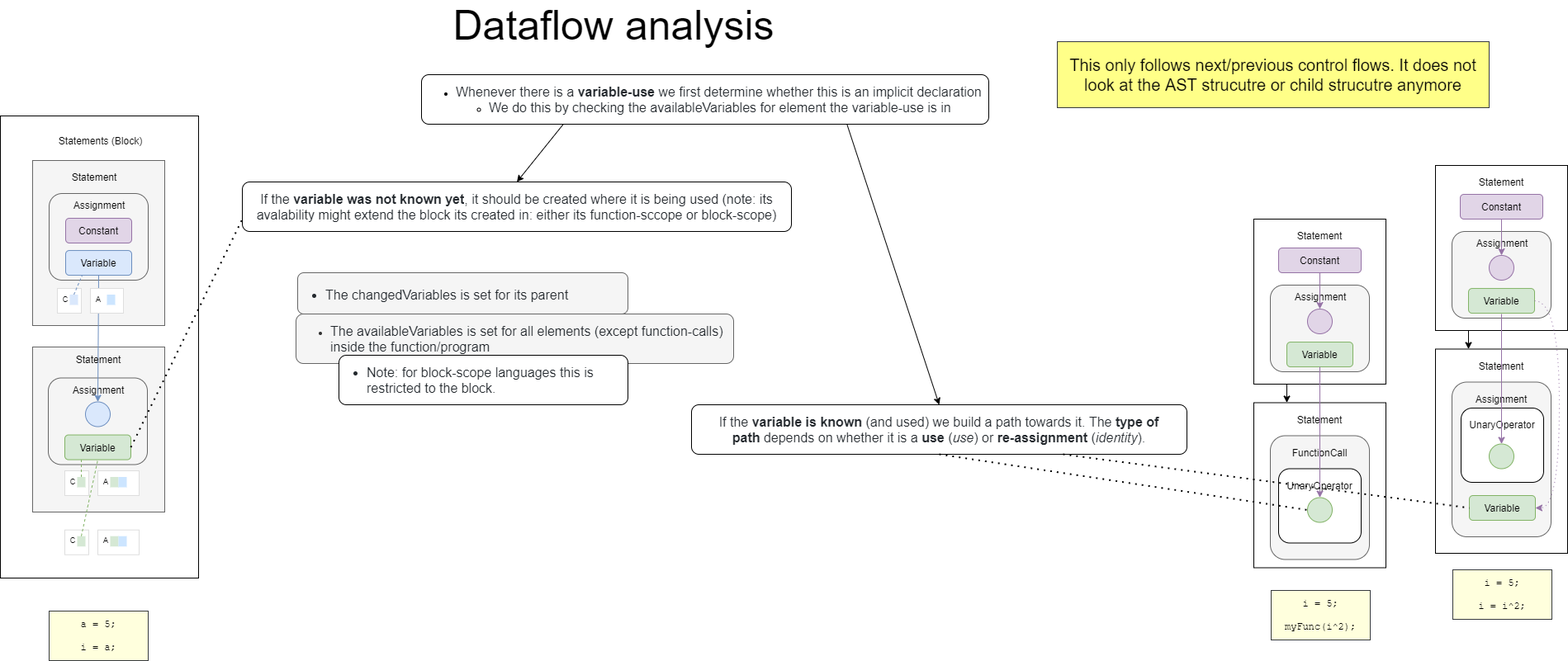
visual-trials/flowify keeps this draw.io diagram as web/img/flowify_algoritm_and_data_structures-Data Flow.png. Above is the earlier version. Source tidied: cells renumbered, new cells last; positions are measured from the earlier drawing's top-left corner, leaving out a move shared by most shapes.
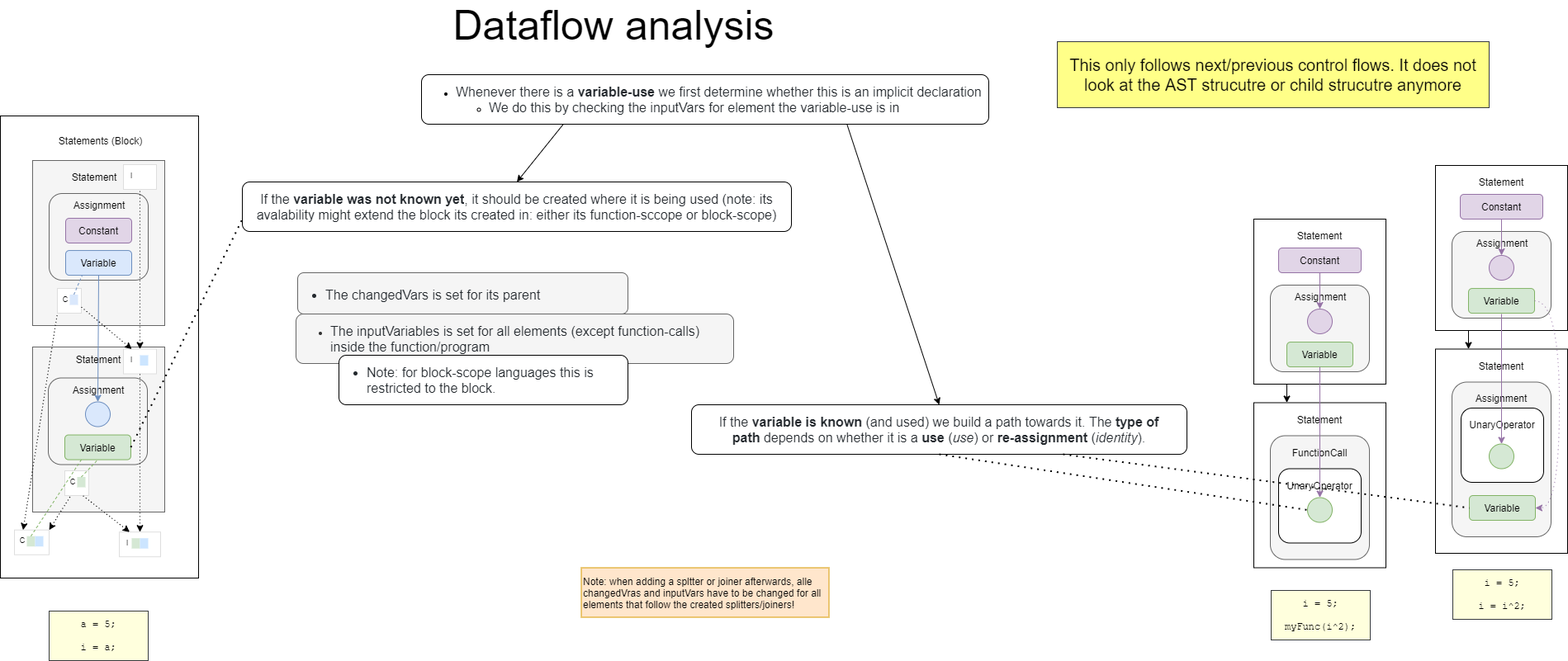
After the commit.

Commit message:
updated diagrams with inputVars/changedVars logic

What changed in the source:
```diff
@@ -11,7 +11,7 @@
     <mxCell id="4" style="rounded=1;whiteSpace=wrap;html=1;fillColor=#f5f5f5;strokeColor=#666666;fontColor=#333333;" parent="1" vertex="1">
       <mxGeometry x="1538" y="507.5" width="120" height="150" as="geometry" />
     </mxCell>
-    <mxCell id="5" value="&lt;ul&gt;&lt;li&gt;&lt;span style=&quot;color: rgb(36 , 41 , 46) ; font-size: 16px ; background-color: rgb(255 , 255 , 255)&quot;&gt;Whenever there is a&amp;nbsp;&lt;/span&gt;&lt;span style=&quot;box-sizing: border-box ; font-weight: 600 ; color: rgb(36 , 41 , 46) ; font-size: 16px ; background-color: rgb(255 , 255 , 255)&quot;&gt;variable-use&lt;/span&gt;&lt;span style=&quot;color: rgb(36 , 41 , 46) ; font-size: 16px ; background-color: rgb(255 , 255 , 255)&quot;&gt;&amp;nbsp;we first determine whether this is an implicit declaration&lt;br&gt;&lt;/span&gt;&lt;/li&gt;&lt;ul&gt;&lt;li&gt;&lt;span style=&quot;background-color: rgb(255 , 255 , 255) ; color: rgb(36 , 41 , 46) ; font-size: 16px&quot;&gt;We do this by checking the availableVariables&amp;nbsp;for element the variable-use is in&lt;/span&gt;&lt;/li&gt;&lt;/ul&gt;&lt;/ul&gt;" style="rounded=1;whiteSpace=wrap;html=1;align=left;" parent="1" vertex="1">
+    <mxCell id="5" value="&lt;ul&gt;&lt;li&gt;&lt;span style=&quot;color: rgb(36 , 41 , 46) ; font-size: 16px ; background-color: rgb(255 , 255 , 255)&quot;&gt;Whenever there is a&amp;nbsp;&lt;/span&gt;&lt;span style=&quot;box-sizing: border-box ; font-weight: 600 ; color: rgb(36 , 41 , 46) ; font-size: 16px ; background-color: rgb(255 , 255 , 255)&quot;&gt;variable-use&lt;/span&gt;&lt;span style=&quot;color: rgb(36 , 41 , 46) ; font-size: 16px ; background-color: rgb(255 , 255 , 255)&quot;&gt;&amp;nbsp;we first determine whether this is an implicit declaration&lt;br&gt;&lt;/span&gt;&lt;/li&gt;&lt;ul&gt;&lt;li&gt;&lt;span style=&quot;background-color: rgb(255 , 255 , 255) ; color: rgb(36 , 41 , 46) ; font-size: 16px&quot;&gt;We do this by checking the inputVars for element the variable-use is in&lt;/span&gt;&lt;/li&gt;&lt;/ul&gt;&lt;/ul&gt;" style="rounded=1;whiteSpace=wrap;html=1;align=left;" parent="1" vertex="1">
       <mxGeometry x="510" y="70" width="687" height="60" as="geometry" />
     </mxCell>
     <mxCell id="6" value="&lt;span style=&quot;color: rgb(36 , 41 , 46) ; font-family: , &amp;#34;blinkmacsystemfont&amp;#34; , &amp;#34;segoe ui&amp;#34; , &amp;#34;helvetica&amp;#34; , &amp;#34;arial&amp;#34; , sans-serif , &amp;#34;apple color emoji&amp;#34; , &amp;#34;segoe ui emoji&amp;#34; ; font-size: 16px ; background-color: rgb(255 , 255 , 255)&quot;&gt;If the&amp;nbsp;&lt;/span&gt;&lt;span style=&quot;box-sizing: border-box ; font-weight: 600 ; color: rgb(36 , 41 , 46) ; font-family: , &amp;#34;blinkmacsystemfont&amp;#34; , &amp;#34;segoe ui&amp;#34; , &amp;#34;helvetica&amp;#34; , &amp;#34;arial&amp;#34; , sans-serif , &amp;#34;apple color emoji&amp;#34; , &amp;#34;segoe ui emoji&amp;#34; ; font-size: 16px ; background-color: rgb(255 , 255 , 255)&quot;&gt;variable was not known yet&lt;/span&gt;&lt;span style=&quot;color: rgb(36 , 41 , 46) ; font-family: , &amp;#34;blinkmacsystemfont&amp;#34; , &amp;#34;segoe ui&amp;#34; , &amp;#34;helvetica&amp;#34; , &amp;#34;arial&amp;#34; , sans-serif , &amp;#34;apple color emoji&amp;#34; , &amp;#34;segoe ui emoji&amp;#34; ; font-size: 16px ; background-color: rgb(255 , 255 , 255)&quot;&gt;, it should be created where it is being used (note: its avalability might extend the block its created in: either its function-sccope or block-scope)&lt;/span&gt;" style="rounded=1;whiteSpace=wrap;html=1;align=center;" parent="1" vertex="1">
@@ -20,10 +20,10 @@
     <mxCell id="7" value="&lt;span style=&quot;background-color: rgb(255 , 255 , 255) ; color: rgb(36 , 41 , 46) ; font-size: 16px&quot;&gt;If the&amp;nbsp;&lt;/span&gt;&lt;span style=&quot;background-color: rgb(255 , 255 , 255) ; color: rgb(36 , 41 , 46) ; font-size: 16px ; box-sizing: border-box ; font-weight: 600&quot;&gt;variable is known&lt;/span&gt;&lt;span style=&quot;background-color: rgb(255 , 255 , 255) ; color: rgb(36 , 41 , 46) ; font-size: 16px&quot;&gt;&amp;nbsp;(and used) we build a path towards it. The&amp;nbsp;&lt;/span&gt;&lt;span style=&quot;background-color: rgb(255 , 255 , 255) ; color: rgb(36 , 41 , 46) ; font-size: 16px ; box-sizing: border-box ; font-weight: 600&quot;&gt;type of path&lt;/span&gt;&lt;span style=&quot;background-color: rgb(255 , 255 , 255) ; color: rgb(36 , 41 , 46) ; font-size: 16px&quot;&gt;&amp;nbsp;depends on whether it is a&amp;nbsp;&lt;/span&gt;&lt;span style=&quot;background-color: rgb(255 , 255 , 255) ; color: rgb(36 , 41 , 46) ; font-size: 16px ; box-sizing: border-box ; font-weight: 600&quot;&gt;use&lt;/span&gt;&lt;span style=&quot;background-color: rgb(255 , 255 , 255) ; color: rgb(36 , 41 , 46) ; font-size: 16px&quot;&gt;&amp;nbsp;(&lt;/span&gt;&lt;em style=&quot;background-color: rgb(255 , 255 , 255) ; color: rgb(36 , 41 , 46) ; font-size: 16px ; box-sizing: border-box&quot;&gt;use&lt;/em&gt;&lt;span style=&quot;background-color: rgb(255 , 255 , 255) ; color: rgb(36 , 41 , 46) ; font-size: 16px&quot;&gt;) or&amp;nbsp;&lt;/span&gt;&lt;span style=&quot;background-color: rgb(255 , 255 , 255) ; color: rgb(36 , 41 , 46) ; font-size: 16px ; box-sizing: border-box ; font-weight: 600&quot;&gt;re-assignment&lt;/span&gt;&lt;span style=&quot;background-color: rgb(255 , 255 , 255) ; color: rgb(36 , 41 , 46) ; font-size: 16px&quot;&gt;&amp;nbsp;(&lt;/span&gt;&lt;em style=&quot;background-color: rgb(255 , 255 , 255) ; color: rgb(36 , 41 , 46) ; font-size: 16px ; box-sizing: border-box&quot;&gt;identity&lt;/em&gt;&lt;span style=&quot;background-color: rgb(255 , 255 , 255) ; color: rgb(36 , 41 , 46) ; font-size: 16px&quot;&gt;).&lt;/span&gt;" style="rounded=1;whiteSpace=wrap;html=1;align=center;" parent="1" vertex="1">
       <mxGeometry x="837" y="470" width="600" height="60" as="geometry" />
     </mxCell>
-    <mxCell id="8" value="&lt;ul style=&quot;box-sizing: border-box ; padding-left: 2em ; margin-top: 0px ; margin-bottom: 0px ; color: rgb(36 , 41 , 46) ; font-size: 16px&quot;&gt;&lt;li style=&quot;box-sizing: border-box ; margin-top: 0.25em&quot;&gt;The changedVariables is set for its parent&lt;/li&gt;&lt;/ul&gt;" style="rounded=1;whiteSpace=wrap;html=1;labelBackgroundColor=none;align=left;fillColor=#f5f5f5;strokeColor=#666666;fontColor=#333333;" parent="1" vertex="1">
+    <mxCell id="8" value="&lt;ul style=&quot;box-sizing: border-box ; padding-left: 2em ; margin-top: 0px ; margin-bottom: 0px ; color: rgb(36 , 41 , 46) ; font-size: 16px&quot;&gt;&lt;li style=&quot;box-sizing: border-box ; margin-top: 0.25em&quot;&gt;The changedVars is set for its parent&lt;/li&gt;&lt;/ul&gt;" style="rounded=1;whiteSpace=wrap;html=1;labelBackgroundColor=none;align=left;fillColor=#f5f5f5;strokeColor=#666666;fontColor=#333333;" parent="1" vertex="1">
       <mxGeometry x="360" y="310" width="400" height="50" as="geometry" />
     </mxCell>
-    <mxCell id="9" value="&lt;ul&gt;&lt;li&gt;&lt;span style=&quot;color: rgb(36 , 41 , 46) ; font-size: 16px&quot;&gt;The availableVariables&amp;nbsp;is set for all elements (except function-calls) inside the function/program&lt;/span&gt;&lt;/li&gt;&lt;/ul&gt;" style="rounded=1;whiteSpace=wrap;html=1;labelBackgroundColor=none;align=left;fillColor=#f5f5f5;strokeColor=#666666;fontColor=#333333;" parent="1" vertex="1">
+    <mxCell id="9" value="&lt;ul&gt;&lt;li&gt;&lt;span style=&quot;color: rgb(36 , 41 , 46) ; font-size: 16px&quot;&gt;The inputVariables&amp;nbsp;is set for all elements (except function-calls) inside the function/program&lt;/span&gt;&lt;/li&gt;&lt;/ul&gt;" style="rounded=1;whiteSpace=wrap;html=1;labelBackgroundColor=none;align=left;fillColor=#f5f5f5;strokeColor=#666666;fontColor=#333333;" parent="1" vertex="1">
       <mxGeometry x="358" y="360" width="530" height="60" as="geometry" />
     </mxCell>
     <mxCell id="10" value="&lt;ul style=&quot;box-sizing: border-box ; padding-left: 2em ; margin-top: 0px ; margin-bottom: 0px ; color: rgb(36 , 41 , 46) ; font-family: , &amp;#34;blinkmacsystemfont&amp;#34; , &amp;#34;segoe ui&amp;#34; , &amp;#34;helvetica&amp;#34; , &amp;#34;arial&amp;#34; , sans-serif , &amp;#34;apple color emoji&amp;#34; , &amp;#34;segoe ui emoji&amp;#34; ; font-size: 16px ; background-color: rgb(255 , 255 , 255)&quot;&gt;&lt;li style=&quot;box-sizing: border-box&quot;&gt;Note: for block-scope languages this is restricted to the block.&lt;/li&gt;&lt;/ul&gt;" style="rounded=1;whiteSpace=wrap;html=1;labelBackgroundColor=none;align=left;" parent="1" vertex="1">
@@ -202,18 +202,6 @@
     <mxCell id="64" style="endArrow=none;dashed=1;html=1;dashPattern=1 3;strokeWidth=2;fontFamily=Courier New;exitX=0.75;exitY=1;exitDx=0;exitDy=0;entryX=0;entryY=0.5;entryDx=0;entryDy=0;" parent="1" edge="1" source="7" target="24">
       <mxGeometry relative="1" as="geometry" />
     </mxCell>
-    <mxCell id="65" style="rounded=0;whiteSpace=wrap;html=1;strokeColor=#DEDEDE;" parent="1" vertex="1">
-      <mxGeometry x="118" y="550" width="50" height="30" as="geometry" />
-    </mxCell>
-    <mxCell id="66" style="rounded=0;whiteSpace=wrap;html=1;fillColor=#D5E8D4;strokeColor=none;" parent="1" vertex="1">
-      <mxGeometry x="133" y="557.5" width="10" height="12.5" as="geometry" />
-    </mxCell>
-    <mxCell id="67" style="rounded=0;whiteSpace=wrap;html=1;fillColor=#cce5ff;strokeColor=none;" parent="1" vertex="1">
-      <mxGeometry x="143" y="557.5" width="10" height="12.5" as="geometry" />
-    </mxCell>
-    <mxCell id="68" value="A" style="text;html=1;strokeColor=none;fillColor=none;align=center;verticalAlign=middle;whiteSpace=wrap;rounded=0;fontSize=9;" parent="1" vertex="1">
-      <mxGeometry x="123" y="552.5" width="10" height="20" as="geometry" />
-    </mxCell>
     <mxCell id="69" style="rounded=0;whiteSpace=wrap;html=1;strokeColor=#DEDEDE;" parent="1" vertex="1">
       <mxGeometry x="78" y="550" width="29" height="30" as="geometry" />
     </mxCell>
@@ -223,41 +211,38 @@
     <mxCell id="71" value="C" style="text;html=1;strokeColor=none;fillColor=none;align=center;verticalAlign=middle;whiteSpace=wrap;rounded=0;fontSize=9;" parent="1" vertex="1">
       <mxGeometry x="83" y="552.5" width="10" height="20" as="geometry" />
     </mxCell>
-    <mxCell id="72" style="endArrow=none;dashed=1;html=1;exitX=0.5;exitY=0;exitDx=0;exitDy=0;entryX=0.25;entryY=1;entryDx=0;entryDy=0;fillColor=#d5e8d4;strokeColor=#82b366;" parent="1" edge="1" source="70" target="57">
+    <mxCell id="72" style="endArrow=none;dashed=1;html=1;exitX=0.5;exitY=0;exitDx=0;exitDy=0;entryX=0.5;entryY=1;entryDx=0;entryDy=0;fillColor=#d5e8d4;strokeColor=#82b366;" parent="1" edge="1" source="70" target="57">
       <mxGeometry relative="1" as="geometry" />
     </mxCell>
     <mxCell id="73" style="rounded=0;whiteSpace=wrap;html=1;strokeColor=#DEDEDE;" parent="1" vertex="1">
-      <mxGeometry x="118" y="621.7" width="50" height="30" as="geometry" />
+      <mxGeometry x="144" y="624.2" width="50" height="30" as="geometry" />
     </mxCell>
     <mxCell id="74" style="rounded=0;whiteSpace=wrap;html=1;fillColor=#D5E8D4;strokeColor=none;" parent="1" vertex="1">
-      <mxGeometry x="133" y="629.2" width="10" height="12.5" as="geometry" />
+      <mxGeometry x="159" y="631.7" width="10" height="12.5" as="geometry" />
     </mxCell>
     <mxCell id="75" style="rounded=0;whiteSpace=wrap;html=1;fillColor=#cce5ff;strokeColor=none;" parent="1" vertex="1">
-      <mxGeometry x="143" y="629.2" width="10" height="12.5" as="geometry" />
+      <mxGeometry x="169" y="631.7" width="10" height="12.5" as="geometry" />
     </mxCell>
-    <mxCell id="76" value="A" style="text;html=1;strokeColor=none;fillColor=none;align=center;verticalAlign=middle;whiteSpace=wrap;rounded=0;fontSize=9;" parent="1" vertex="1">
-      <mxGeometry x="123" y="624.2" width="10" height="20" as="geometry" />
+    <mxCell id="76" value="I" style="text;html=1;strokeColor=none;fillColor=none;align=center;verticalAlign=middle;whiteSpace=wrap;rounded=0;fontSize=9;" parent="1" vertex="1">
+      <mxGeometry x="149" y="626.7" width="10" height="20" as="geometry" />
     </mxCell>
     <mxCell id="77" style="rounded=0;whiteSpace=wrap;html=1;strokeColor=#DEDEDE;" parent="1" vertex="1">
-      <mxGeometry x="78" y="621.7" width="29" height="30" as="geometry" />
+      <mxGeometry x="17" y="621.7" width="42" height="30" as="geometry" />
     </mxCell>
     <mxCell id="78" style="rounded=0;whiteSpace=wrap;html=1;fillColor=#D5E8D4;strokeColor=none;" parent="1" vertex="1">
-      <mxGeometry x="93" y="629.2" width="10" height="12.5" as="geometry" />
+      <mxGeometry x="32" y="629.2" width="10" height="12.5" as="geometry" />
     </mxCell>
     <mxCell id="79" value="C" style="text;html=1;strokeColor=none;fillColor=none;align=center;verticalAlign=middle;whiteSpace=wrap;rounded=0;fontSize=9;" parent="1" vertex="1">
-      <mxGeometry x="83" y="624.2" width="10" height="20" as="geometry" />
+      <mxGeometry x="22" y="624.2" width="10" height="20" as="geometry" />
     </mxCell>
-    <mxCell id="80" style="endArrow=none;dashed=1;html=1;exitX=0.5;exitY=0;exitDx=0;exitDy=0;entryX=0.5;entryY=1;entryDx=0;entryDy=0;fillColor=#d5e8d4;strokeColor=#82b366;" parent="1" edge="1" source="78" target="57">
+    <mxCell id="80" style="endArrow=none;dashed=1;html=1;exitX=0.5;exitY=0;exitDx=0;exitDy=0;entryX=0.25;entryY=1;entryDx=0;entryDy=0;fillColor=#d5e8d4;strokeColor=#82b366;" parent="1" edge="1" source="78" target="57">
       <mxGeometry relative="1" as="geometry" />
     </mxCell>
     <mxCell id="81" style="rounded=0;whiteSpace=wrap;html=1;strokeColor=#DEDEDE;" parent="1" vertex="1">
-      <mxGeometry x="109" y="329" width="40" height="30" as="geometry" />
+      <mxGeometry x="149" y="179" width="40" height="30" as="geometry" />
     </mxCell>
-    <mxCell id="82" style="rounded=0;whiteSpace=wrap;html=1;fillColor=#cce5ff;strokeColor=none;" parent="1" vertex="1">
-      <mxGeometry x="129" y="336.5" width="10" height="12.5" as="geometry" />
-    </mxCell>
-    <mxCell id="83" value="A" style="text;html=1;strokeColor=none;fillColor=none;align=center;verticalAlign=middle;whiteSpace=wrap;rounded=0;fontSize=9;" parent="1" vertex="1">
-      <mxGeometry x="114" y="331.5" width="10" height="20" as="geometry" />
+    <mxCell id="83" value="I" style="text;html=1;strokeColor=none;fillColor=none;align=center;verticalAlign=middle;whiteSpace=wrap;rounded=0;fontSize=9;" parent="1" vertex="1">
+      <mxGeometry x="154" y="181.5" width="10" height="20" as="geometry" />
     </mxCell>
     <mxCell id="84" style="rounded=0;whiteSpace=wrap;html=1;strokeColor=#DEDEDE;" parent="1" vertex="1">
       <mxGeometry x="69" y="329" width="29" height="30" as="geometry" />
@@ -283,5 +268,38 @@
     <mxCell id="91" value="This only follows next/previous control flows. It does not look at the AST strucutre or child strucutre anymore" style="rounded=0;whiteSpace=wrap;html=1;fontSize=20;align=center;fillColor=#ffff88;strokeColor=#36393d;" parent="1" vertex="1">
       <mxGeometry x="1280" y="30" width="523" height="80" as="geometry" />
     </mxCell>
+    <mxCell id="92" value="Note: when adding a spltter or joiner afterwards, alle changedVras and inputVars have to be changed for all elements that follow the created splitters/joiners!" style="rounded=0;whiteSpace=wrap;html=1;fillColor=#ffe6cc;fontSize=12;align=left;strokeColor=#d79b00;fontStyle=0;" parent="1" vertex="1">
+      <mxGeometry x="703.5" y="667.5" width="300" height="60" as="geometry" />
+    </mxCell>
+    <mxCell id="93" style="rounded=0;whiteSpace=wrap;html=1;strokeColor=#DEDEDE;" parent="1" vertex="1">
+      <mxGeometry x="149" y="402.5" width="40" height="30" as="geometry" />
+    </mxCell>
+    <mxCell id="94" style="rounded=0;whiteSpace=wrap;html=1;fillColor=#cce5ff;strokeColor=none;" parent="1" vertex="1">
+      <mxGeometry x="169" y="410" width="10" height="12.5" as="geometry" />
+    </mxCell>
+    <mxCell id="95" value="I" style="text;html=1;strokeColor=none;fillColor=none;align=center;verticalAlign=middle;whiteSpace=wrap;rounded=0;fontSize=9;" parent="1" vertex="1">
+      <mxGeometry x="154" y="405" width="10" height="20" as="geometry" />
+    </mxCell>
+    <mxCell id="96" style="endArrow=none;dashed=1;html=1;dashPattern=1 3;strokeWidth=1;fontSize=12;exitX=0.5;exitY=0;exitDx=0;exitDy=0;entryX=0.5;entryY=1;entryDx=0;entryDy=0;startArrow=classic;startFill=1;" parent="1" edge="1" source="93" target="81">
+      <mxGeometry relative="1" as="geometry" />
+    </mxCell>
+    <mxCell id="97" style="endArrow=none;dashed=1;html=1;dashPattern=1 3;strokeWidth=1;fontSize=12;exitX=0.25;exitY=0;exitDx=0;exitDy=0;entryX=1;entryY=0.75;entryDx=0;entryDy=0;startArrow=classic;startFill=1;" parent="1" edge="1" source="93" target="84">
+      <mxGeometry relative="1" as="geometry" />
+    </mxCell>
+    <mxCell id="98" style="endArrow=none;dashed=1;html=1;dashPattern=1 3;strokeWidth=1;fontSize=12;entryX=0.5;entryY=1;entryDx=0;entryDy=0;startArrow=classic;startFill=1;" parent="1" edge="1" source="73" target="93">
+      <mxGeometry relative="1" as="geometry" />
+    </mxCell>
+    <mxCell id="99" style="endArrow=none;dashed=1;html=1;dashPattern=1 3;strokeWidth=1;fontSize=12;entryX=0.75;entryY=1;entryDx=0;entryDy=0;exitX=0.25;exitY=0;exitDx=0;exitDy=0;startArrow=classic;startFill=1;" parent="1" edge="1" source="73" target="69">
+      <mxGeometry relative="1" as="geometry" />
+    </mxCell>
+    <mxCell id="100" style="rounded=0;whiteSpace=wrap;html=1;fillColor=#cce5ff;strokeColor=none;" parent="1" vertex="1">
+      <mxGeometry x="42" y="629.2" width="10" height="12.5" as="geometry" />
+    </mxCell>
+    <mxCell id="101" style="endArrow=none;dashed=1;html=1;dashPattern=1 3;strokeWidth=1;fontSize=12;entryX=0.25;entryY=1;entryDx=0;entryDy=0;exitX=1;exitY=0;exitDx=0;exitDy=0;startArrow=classic;startFill=1;" parent="1" edge="1" source="77" target="69">
+      <mxGeometry relative="1" as="geometry" />
+    </mxCell>
+    <mxCell id="102" style="endArrow=none;dashed=1;html=1;dashPattern=1 3;strokeWidth=1;fontSize=12;entryX=0;entryY=1;entryDx=0;entryDy=0;exitX=0.25;exitY=0;exitDx=0;exitDy=0;startArrow=classic;startFill=1;" parent="1" edge="1" source="77" target="84">
+      <mxGeometry relative="1" as="geometry" />
+    </mxCell>
   </root>
 </mxGraphModel>
```
